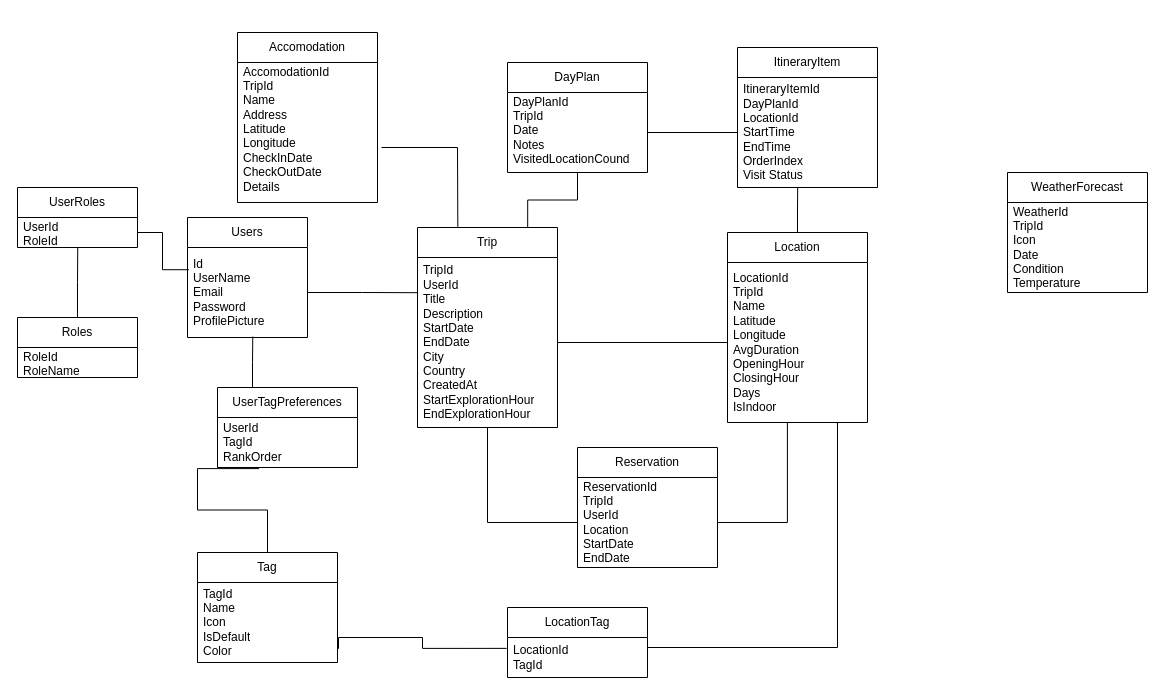
The draw.io diagram Licenta.drawio in istocsimona/Licenta, before the edit. Source tidied: cells renumbered, new cells numbered last; positions are measured from the earlier drawing's top-left corner, leaving out a move shared by most shapes. Both pictures are drawn from the tidied source at 100%, with x=0, y=0 at pixel (17, 32).
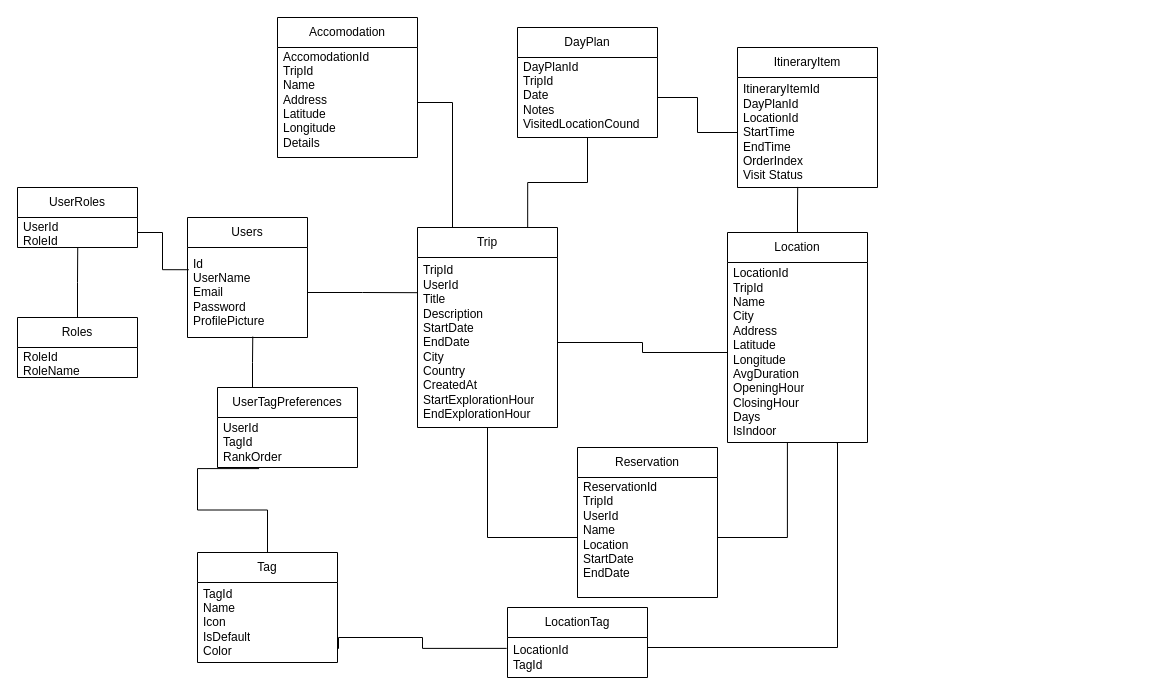
The same diagram, later.

Unchanged cells that the change refers to:
```xml
<mxCell id="5" value="Trip" style="swimlane;fontStyle=0;horizontal=1;startSize=30;whiteSpace=wrap;html=1;" parent="1" vertex="1">
  <mxGeometry x="400" y="195" width="140" height="200" as="geometry" />
</mxCell>
<mxCell id="15" value="LocationId&lt;div&gt;TagId&lt;/div&gt;" style="text;strokeColor=none;fillColor=none;align=left;verticalAlign=middle;spacingLeft=4;spacingRight=4;overflow=hidden;points=[[0,0.5],[1,0.5]];portConstraint=eastwest;whiteSpace=wrap;html=1;" parent="14" vertex="1">
  <mxGeometry y="30" width="140" height="40" as="geometry" />
</mxCell>
```

Change to the diagram source:
```diff
@@
-<mxGraphModel>
+<mxGraphModel background="light-dark(#FFFFFF,#000000)">
@@
+    <mxCell id="42" style="edgeStyle=orthogonalEdgeStyle;rounded=0;jettySize=auto;html=1;exitX=0.25;exitY=0;exitDx=0;exitDy=0;entryX=1;entryY=0.5;entryDx=0;entryDy=0;endArrow=none;endFill=0;" parent="1" edge="1" source="5" target="26">
+      <mxGeometry relative="1" as="geometry" />
+    </mxCell>
@@
     <mxCell id="12" value="DayPlan" style="swimlane;fontStyle=0;horizontal=1;startSize=30;whiteSpace=wrap;html=1;" parent="1" vertex="1">
-      <mxGeometry x="490" y="30" width="140" height="110" as="geometry" />
+      <mxGeometry x="500" y="-5" width="140" height="110" as="geometry" />
     </mxCell>
@@
     <mxCell id="17" value="Location" style="swimlane;fontStyle=0;horizontal=1;startSize=30;whiteSpace=wrap;html=1;" parent="1" vertex="1">
-      <mxGeometry x="710" y="200" width="140" height="190" as="geometry" />
+      <mxGeometry x="710" y="200" width="140" height="210" as="geometry" />
     </mxCell>
-    <mxCell id="18" value="LocationId&lt;div&gt;TripId&lt;/div&gt;&lt;div&gt;Name&lt;/div&gt;&lt;div&gt;Latitude&lt;/div&gt;&lt;div&gt;Longitude&lt;/div&gt;&lt;div&gt;AvgDuration&lt;/div&gt;&lt;div&gt;OpeningHour&lt;/div&gt;&lt;div&gt;ClosingHour&lt;/div&gt;&lt;div&gt;Days&lt;/div&gt;&lt;div&gt;IsIndoor&lt;/div&gt;" style="text;strokeColor=none;fillColor=none;align=left;verticalAlign=middle;spacingLeft=4;spacingRight=4;overflow=hidden;points=[[0,0.5],[1,0.5]];portConstraint=eastwest;whiteSpace=wrap;html=1;" parent="17" vertex="1">
-      <mxGeometry y="30" width="140" height="160" as="geometry" />
+    <mxCell id="18" value="LocationId&lt;div&gt;TripId&lt;/div&gt;&lt;div&gt;Name&lt;/div&gt;&lt;div&gt;City&lt;/div&gt;&lt;div&gt;Address&lt;/div&gt;&lt;div&gt;Latitude&lt;/div&gt;&lt;div&gt;Longitude&lt;/div&gt;&lt;div&gt;AvgDuration&lt;/div&gt;&lt;div&gt;OpeningHour&lt;/div&gt;&lt;div&gt;ClosingHour&lt;/div&gt;&lt;div&gt;Days&lt;/div&gt;&lt;div&gt;IsIndoor&lt;/div&gt;" style="text;strokeColor=none;fillColor=none;align=left;verticalAlign=middle;spacingLeft=4;spacingRight=4;overflow=hidden;points=[[0,0.5],[1,0.5]];portConstraint=eastwest;whiteSpace=wrap;html=1;" parent="17" vertex="1">
+      <mxGeometry y="30" width="140" height="180" as="geometry" />
     </mxCell>
@@
-    <mxCell id="21" value="Reservation" style="swimlane;fontStyle=0;horizontal=1;startSize=30;whiteSpace=wrap;html=1;" parent="1" vertex="1">
-      <mxGeometry x="560" y="415" width="140" height="120" as="geometry" />
+    <mxCell id="21" value="Reservation" style="swimlane;fontStyle=0;horizontal=1;startSize=30;whiteSpace=wrap;html=1;swimlaneFillColor=default;" parent="1" vertex="1">
+      <mxGeometry x="560" y="415" width="140" height="150" as="geometry" />
     </mxCell>
-    <mxCell id="22" value="ReservationId&lt;div&gt;TripId&lt;/div&gt;&lt;div&gt;UserId&lt;/div&gt;&lt;div&gt;Location&lt;/div&gt;&lt;div&gt;StartDate&lt;/div&gt;&lt;div&gt;EndDate&lt;/div&gt;&lt;div&gt;&lt;br&gt;&lt;/div&gt;" style="text;strokeColor=none;fillColor=none;align=left;verticalAlign=middle;spacingLeft=4;spacingRight=4;overflow=hidden;points=[[0,0.5],[1,0.5]];portConstraint=eastwest;whiteSpace=wrap;html=1;" parent="21" vertex="1">
-      <mxGeometry y="30" width="140" height="90" as="geometry" />
+    <mxCell id="22" value="ReservationId&lt;div&gt;TripId&lt;/div&gt;&lt;div&gt;UserId&lt;/div&gt;&lt;div&gt;Name&lt;/div&gt;&lt;div&gt;Location&lt;/div&gt;&lt;div&gt;StartDate&lt;/div&gt;&lt;div&gt;EndDate&lt;/div&gt;&lt;div&gt;&lt;br&gt;&lt;/div&gt;" style="text;strokeColor=none;fillColor=none;align=left;verticalAlign=middle;spacingLeft=4;spacingRight=4;overflow=hidden;points=[[0,0.5],[1,0.5]];portConstraint=eastwest;whiteSpace=wrap;html=1;" parent="21" vertex="1">
+      <mxGeometry y="30" width="140" height="120" as="geometry" />
     </mxCell>
-    <mxCell id="23" value="WeatherForecast" style="swimlane;fontStyle=0;horizontal=1;startSize=30;whiteSpace=wrap;html=1;" parent="1" vertex="1">
-      <mxGeometry x="990" y="140" width="140" height="120" as="geometry" />
-    </mxCell>
-    <mxCell id="24" value="WeatherId&lt;div&gt;TripId&lt;/div&gt;&lt;div&gt;Icon&lt;/div&gt;&lt;div&gt;Date&lt;/div&gt;&lt;div&gt;Condition&lt;/div&gt;&lt;div&gt;Temperature&lt;/div&gt;&lt;div&gt;&lt;br&gt;&lt;/div&gt;" style="text;strokeColor=none;fillColor=none;align=left;verticalAlign=middle;spacingLeft=4;spacingRight=4;overflow=hidden;whiteSpace=wrap;html=1;" parent="23" vertex="1">
-      <mxGeometry y="30" width="140" height="90" as="geometry" />
-    </mxCell>
     <mxCell id="25" value="Accomodation" style="swimlane;fontStyle=0;horizontal=1;startSize=30;whiteSpace=wrap;html=1;" parent="1" vertex="1">
-      <mxGeometry x="220" width="140" height="170" as="geometry" />
+      <mxGeometry x="260" y="-15" width="140" height="140" as="geometry" />
     </mxCell>
-    <mxCell id="26" value="AccomodationId&lt;div&gt;TripId&lt;/div&gt;&lt;div&gt;Name&lt;/div&gt;&lt;div&gt;Address&lt;/div&gt;&lt;div&gt;Latitude&lt;/div&gt;&lt;div&gt;Longitude&lt;/div&gt;&lt;div&gt;CheckInDate&lt;/div&gt;&lt;div&gt;CheckOutDate&lt;/div&gt;&lt;div&gt;Details&lt;/div&gt;&lt;div&gt;&lt;br&gt;&lt;/div&gt;" style="text;strokeColor=none;fillColor=none;align=left;verticalAlign=middle;spacingLeft=4;spacingRight=4;overflow=hidden;points=[[0,0.5],[1,0.5]];portConstraint=eastwest;whiteSpace=wrap;html=1;" parent="25" vertex="1">
-      <mxGeometry y="30" width="140" height="140" as="geometry" />
+    <mxCell id="26" value="AccomodationId&lt;div&gt;TripId&lt;/div&gt;&lt;div&gt;Name&lt;/div&gt;&lt;div&gt;Address&lt;/div&gt;&lt;div&gt;Latitude&lt;/div&gt;&lt;div&gt;Longitude&lt;/div&gt;&lt;div&gt;Details&lt;/div&gt;&lt;div&gt;&lt;br&gt;&lt;/div&gt;" style="text;strokeColor=none;fillColor=none;align=left;verticalAlign=middle;spacingLeft=4;spacingRight=4;overflow=hidden;points=[[0,0.5],[1,0.5]];portConstraint=eastwest;whiteSpace=wrap;html=1;" parent="25" vertex="1">
+      <mxGeometry y="30" width="140" height="110" as="geometry" />
     </mxCell>
@@
     <mxCell id="36" style="edgeStyle=orthogonalEdgeStyle;rounded=0;jettySize=auto;html=1;exitX=1;exitY=0.5;exitDx=0;exitDy=0;endArrow=none;endFill=0;entryX=0.777;entryY=1.001;entryDx=0;entryDy=0;entryPerimeter=0;" parent="1" edge="1" source="15" target="18">
       <mxGeometry relative="1" as="geometry">
         <Array as="points">
           <mxPoint x="630" y="615" />
           <mxPoint x="820" y="615" />
-          <mxPoint x="820" y="390" />
+          <mxPoint x="820" y="410" />
         </Array>
       </mxGeometry>
     </mxCell>
@@
-    <mxCell id="41" style="endArrow=none;html=1;rounded=0;exitX=0.288;exitY=-0.003;exitDx=0;exitDy=0;exitPerimeter=0;" parent="1" edge="1" source="5">
-      <mxGeometry relative="1" as="geometry">
-        <mxPoint x="364" y="115" as="targetPoint" />
-        <Array as="points">
-          <mxPoint x="440" y="115" />
-        </Array>
-      </mxGeometry>
-    </mxCell>
```
